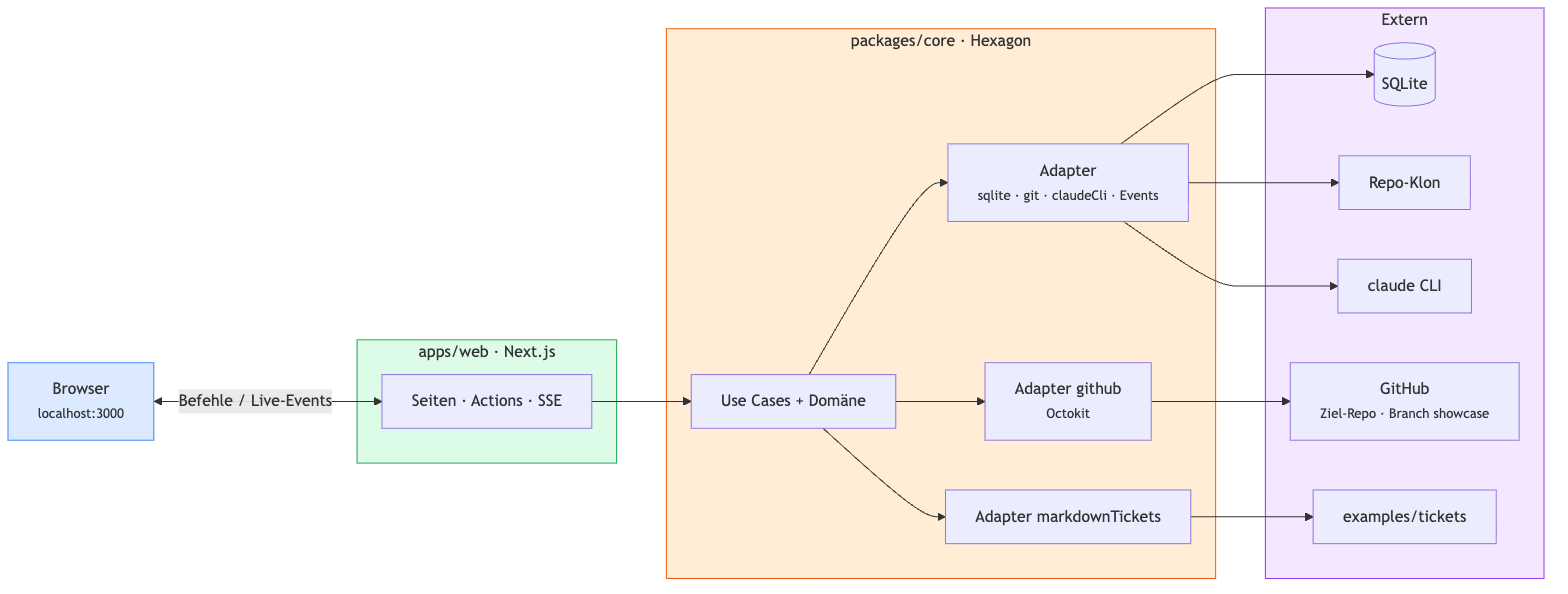
Earlier version of the Mermaid export docs/architecture.png (wojciechlaka/ai-sdlc). Its source is kept beside it as docs/architecture.mmd.
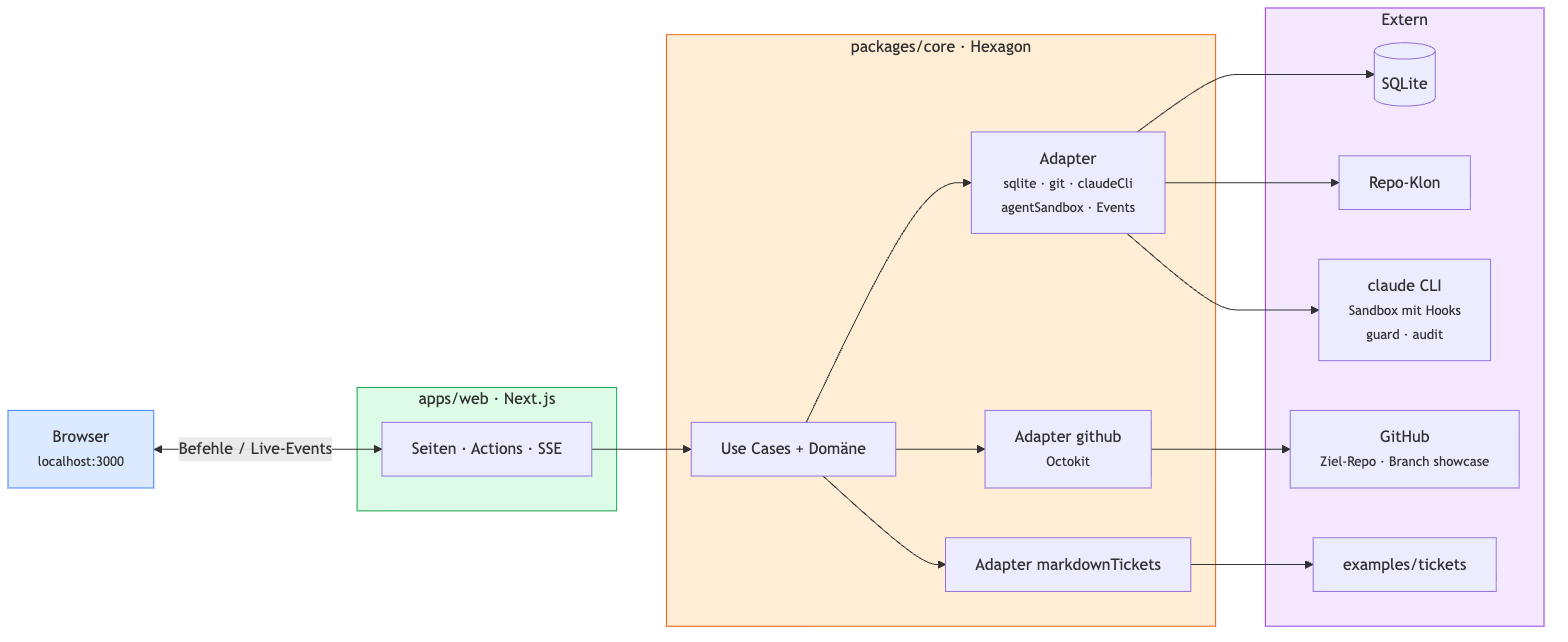
The same file after the commit.

Commit message:
docs: Übersichtsbild zeigt Sandbox und Hooks am claude CLI

The edit, as a diff of the source:
```diff
@@ -7,7 +7,7 @@
 
     subgraph Core["packages/core · Hexagon"]
         UC["Use Cases + Domäne"]
-        AD["Adapter<br/><small>sqlite · git · claudeCli · Events</small>"]
+        AD["Adapter<br/><small>sqlite · git · claudeCli<br/>agentSandbox · Events</small>"]
         GH["Adapter github<br/><small>Octokit</small>"]
         MT["Adapter markdownTickets"]
         UC --> AD
@@ -18,7 +18,7 @@
     subgraph Ext["Extern"]
         DB[("SQLite")]
         GIT["Repo-Klon"]
-        CL["claude CLI"]
+        CL["claude CLI<br/><small>Sandbox mit Hooks<br/>guard · audit</small>"]
         GHA["GitHub<br/><small>Ziel-Repo · Branch showcase</small>"]
         TK["examples/tickets"]
     end
```
